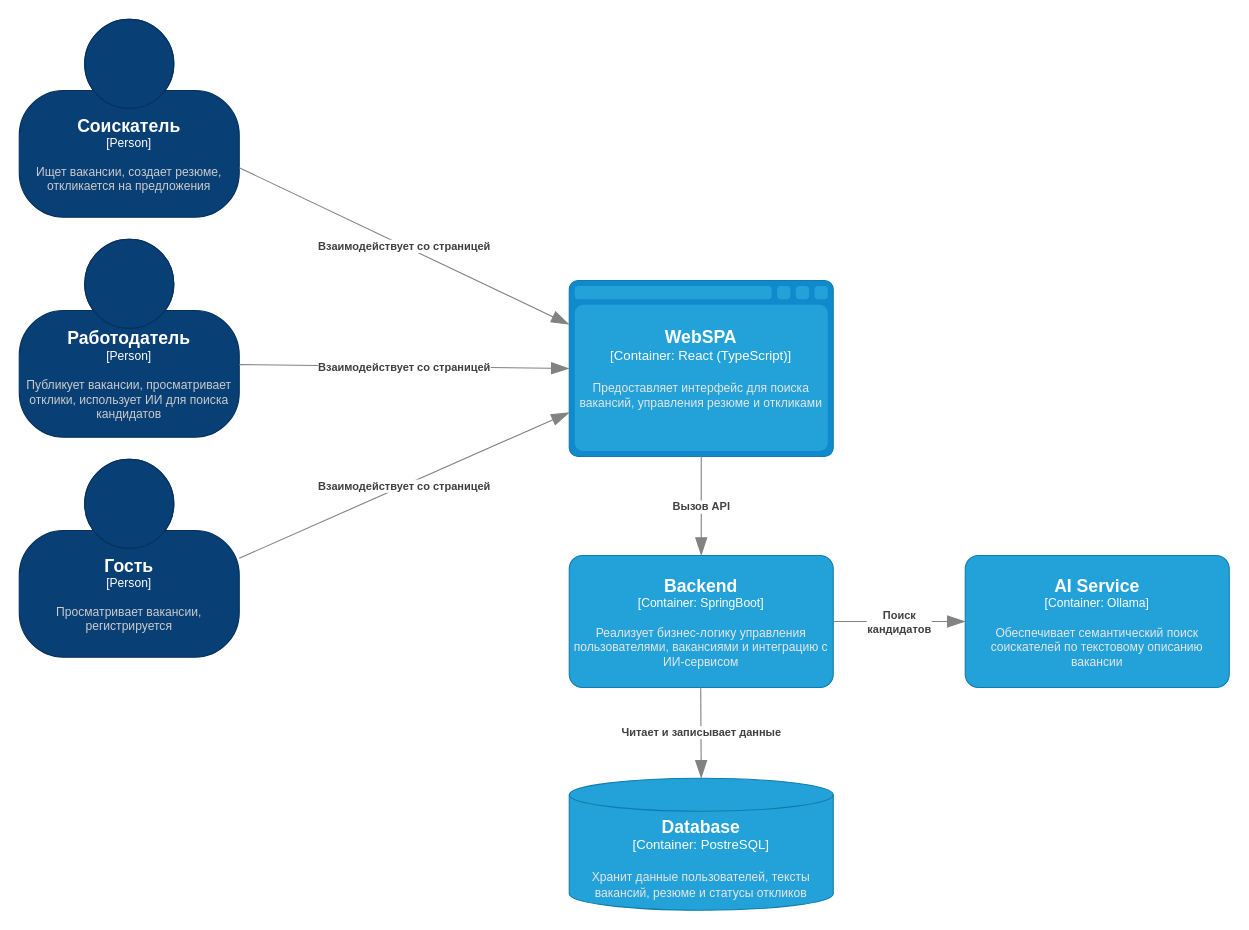
Earlier version of the draw.io diagram docs/drawio/container.drawio (ofdun/JobFinder). Source tidied: cells renumbered, new cells numbered last; positions are measured from the earlier drawing's top-left corner, leaving out a move shared by most shapes. Both pictures are drawn from the tidied source at 110%, with x=0, y=0 at pixel (19, 19).
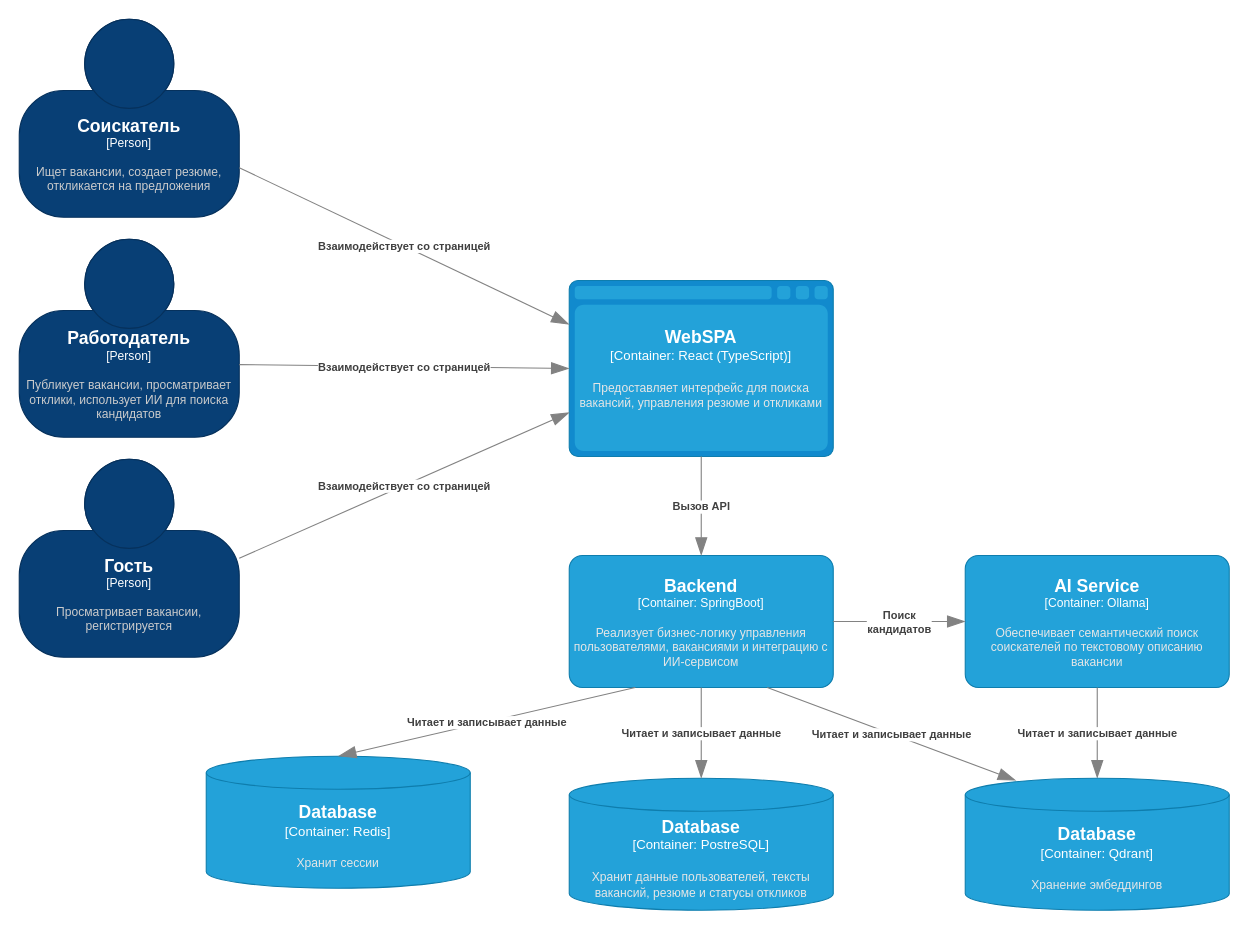
After the change.

The change refers to these unchanged cells:
```xml
<object id="6" label="&lt;font style=&quot;font-size: 16px&quot;&gt;&lt;b&gt;%c4Name%&lt;/b&gt;&lt;/font&gt;&lt;div&gt;[%c4Type%: %c4Technology%]&lt;/div&gt;&lt;br&gt;&lt;div&gt;&lt;font style=&quot;font-size: 11px&quot;&gt;&lt;font color=&quot;#E6E6E6&quot;&gt;%c4Description%&lt;/font&gt;&lt;/div&gt;" c4Description="Реализует бизнес-логику управления пользователями, вакансиями и интеграцию с ИИ-сервисом" c4Name="Backend" c4Technology="SpringBoot" c4Type="Container" placeholders="1">
  <mxCell style="rounded=1;whiteSpace=wrap;html=1;fontSize=11;labelBackgroundColor=none;fillColor=#23A2D9;fontColor=#ffffff;align=center;arcSize=10;strokeColor=#0E7DAD;points=[[0.25,0,0],[0.5,0,0],[0.75,0,0],[1,0.25,0],[1,0.5,0],[1,0.75,0],[0.75,1,0],[0.5,1,0],[0.25,1,0],[0,0.75,0],[0,0.5,0],[0,0.25,0]];" parent="1" vertex="1">
    <mxGeometry x="500" y="487.5" width="240" height="120" as="geometry" />
  </mxCell>
</object>
<object id="10" label="&lt;font style=&quot;font-size: 16px&quot;&gt;&lt;b&gt;%c4Name%&lt;/b&gt;&lt;/font&gt;&lt;div&gt;[%c4Type%:&amp;nbsp;%c4Technology%]&lt;/div&gt;&lt;br&gt;&lt;div&gt;&lt;font style=&quot;font-size: 11px&quot;&gt;&lt;font color=&quot;#E6E6E6&quot;&gt;%c4Description%&lt;/font&gt;&lt;/div&gt;" c4Description="Хранит данные пользователей, тексты вакансий, резюме и статусы откликов" c4Name="Database" c4Technology="PostreSQL" c4Type="Container" placeholders="1">
  <mxCell style="shape=cylinder3;size=15;whiteSpace=wrap;html=1;boundedLbl=1;rounded=0;labelBackgroundColor=none;fillColor=#23A2D9;fontSize=12;fontColor=#ffffff;align=center;strokeColor=#0E7DAD;points=[[0.5,0,0],[1,0.25,0],[1,0.5,0],[1,0.75,0],[0.5,1,0],[0,0.75,0],[0,0.5,0],[0,0.25,0]];" parent="1" vertex="1">
    <mxGeometry x="500" y="690" width="240" height="120" as="geometry" />
  </mxCell>
</object>
<object id="13" label="&lt;font style=&quot;font-size: 16px&quot;&gt;&lt;b&gt;%c4Name%&lt;/b&gt;&lt;/font&gt;&lt;div&gt;[%c4Type%: %c4Technology%]&lt;/div&gt;&lt;br&gt;&lt;div&gt;&lt;font style=&quot;font-size: 11px&quot;&gt;&lt;font color=&quot;#E6E6E6&quot;&gt;%c4Description%&lt;/font&gt;&lt;/div&gt;" c4Description="Обеспечивает семантический поиск соискателей по текстовому описанию вакансии" c4Name="AI Service" c4Technology="Ollama" c4Type="Container" placeholders="1">
  <mxCell style="rounded=1;whiteSpace=wrap;html=1;fontSize=11;labelBackgroundColor=none;fillColor=#23A2D9;fontColor=#ffffff;align=center;arcSize=10;strokeColor=#0E7DAD;points=[[0.25,0,0],[0.5,0,0],[0.75,0,0],[1,0.25,0],[1,0.5,0],[1,0.75,0],[0.75,1,0],[0.5,1,0],[0.25,1,0],[0,0.75,0],[0,0.5,0],[0,0.25,0]];" parent="1" vertex="1">
    <mxGeometry x="860" y="487.5" width="240" height="120" as="geometry" />
  </mxCell>
</object>
```

The edit, as a diff of the source:
```diff
@@
     <object id="12" label="&lt;div style=&quot;text-align: left&quot;&gt;&lt;div style=&quot;text-align: center&quot;&gt;&lt;b&gt;%c4Description%&lt;/b&gt;&lt;/div&gt;" c4Description="Читает и записывает данные" placeholders="1">
-      <mxCell style="endArrow=blockThin;html=1;fontSize=10;fontColor=#404040;strokeWidth=1;endFill=1;strokeColor=#828282;elbow=vertical;endSize=14;startSize=14;jumpStyle=arc;jumpSize=16;rounded=0;exitX=0.5;exitY=1;exitDx=0;exitDy=0;exitPerimeter=0;entryX=0.5;entryY=0;entryDx=0;entryDy=0;entryPerimeter=0;" parent="1" edge="1" target="10">
-        <mxGeometry relative="1" as="geometry">
-          <mxPoint x="619.5" y="607.5" as="sourcePoint" />
-        </mxGeometry>
+      <mxCell style="endArrow=blockThin;html=1;fontSize=10;fontColor=#404040;strokeWidth=1;endFill=1;strokeColor=#828282;elbow=vertical;endSize=14;startSize=14;jumpStyle=arc;jumpSize=16;rounded=0;exitX=0.5;exitY=1;exitDx=0;exitDy=0;exitPerimeter=0;entryX=0.5;entryY=0;entryDx=0;entryDy=0;entryPerimeter=0;" parent="1" edge="1" source="6" target="10">
+        <mxGeometry relative="1" as="geometry" />
       </mxCell>
     </object>
@@
+    <object id="15" label="&lt;font style=&quot;font-size: 16px&quot;&gt;&lt;b&gt;%c4Name%&lt;/b&gt;&lt;/font&gt;&lt;div&gt;[%c4Type%:&amp;nbsp;%c4Technology%]&lt;/div&gt;&lt;br&gt;&lt;div&gt;&lt;font style=&quot;font-size: 11px&quot;&gt;&lt;font color=&quot;#E6E6E6&quot;&gt;%c4Description%&lt;/font&gt;&lt;/div&gt;" c4Description="Хранит сессии" c4Name="Database" c4Technology="Redis" c4Type="Container" placeholders="1">
+      <mxCell style="shape=cylinder3;size=15;whiteSpace=wrap;html=1;boundedLbl=1;rounded=0;labelBackgroundColor=none;fillColor=#23A2D9;fontSize=12;fontColor=#ffffff;align=center;strokeColor=#0E7DAD;points=[[0.5,0,0],[1,0.25,0],[1,0.5,0],[1,0.75,0],[0.5,1,0],[0,0.75,0],[0,0.5,0],[0,0.25,0]];" parent="1" vertex="1">
+        <mxGeometry x="170" y="670" width="240" height="120" as="geometry" />
+      </mxCell>
+    </object>
+    <object id="16" label="&lt;div style=&quot;text-align: left&quot;&gt;&lt;div style=&quot;text-align: center&quot;&gt;&lt;b&gt;%c4Description%&lt;/b&gt;&lt;/div&gt;" c4Description="Читает и записывает данные" placeholders="1">
+      <mxCell style="endArrow=blockThin;html=1;fontSize=10;fontColor=#404040;strokeWidth=1;endFill=1;strokeColor=#828282;elbow=vertical;endSize=14;startSize=14;jumpStyle=arc;jumpSize=16;rounded=0;exitX=0.25;exitY=1;exitDx=0;exitDy=0;exitPerimeter=0;entryX=0.5;entryY=0;entryDx=0;entryDy=0;entryPerimeter=0;" parent="1" edge="1" source="6" target="15">
+        <mxGeometry relative="1" as="geometry" />
+      </mxCell>
+    </object>
+    <object id="17" label="&lt;div style=&quot;text-align: left&quot;&gt;&lt;div style=&quot;text-align: center&quot;&gt;&lt;b&gt;%c4Description%&lt;/b&gt;&lt;/div&gt;" c4Description="Читает и записывает данные" placeholders="1">
+      <mxCell style="endArrow=blockThin;html=1;fontSize=10;fontColor=#404040;strokeWidth=1;endFill=1;strokeColor=#828282;elbow=vertical;endSize=14;startSize=14;jumpStyle=arc;jumpSize=16;rounded=0;exitX=0.5;exitY=1;exitDx=0;exitDy=0;exitPerimeter=0;entryX=0.5;entryY=0;entryDx=0;entryDy=0;entryPerimeter=0;" parent="1" edge="1" source="13" target="18">
+        <mxGeometry relative="1" as="geometry" />
+      </mxCell>
+    </object>
+    <object id="18" label="&lt;font style=&quot;font-size: 16px&quot;&gt;&lt;b&gt;%c4Name%&lt;/b&gt;&lt;/font&gt;&lt;div&gt;[%c4Type%:&amp;nbsp;%c4Technology%]&lt;/div&gt;&lt;br&gt;&lt;div&gt;&lt;font style=&quot;font-size: 11px&quot;&gt;&lt;font color=&quot;#E6E6E6&quot;&gt;%c4Description%&lt;/font&gt;&lt;/div&gt;" c4Description="Хранение эмбеддингов" c4Name="Database" c4Technology="Qdrant" c4Type="Container" placeholders="1">
+      <mxCell style="shape=cylinder3;size=15;whiteSpace=wrap;html=1;boundedLbl=1;rounded=0;labelBackgroundColor=none;fillColor=#23A2D9;fontSize=12;fontColor=#ffffff;align=center;strokeColor=#0E7DAD;points=[[0.5,0,0],[1,0.25,0],[1,0.5,0],[1,0.75,0],[0.5,1,0],[0,0.75,0],[0,0.5,0],[0,0.25,0]];" parent="1" vertex="1">
+        <mxGeometry x="860" y="690" width="240" height="120" as="geometry" />
+      </mxCell>
+    </object>
+    <object id="19" label="&lt;div style=&quot;text-align: left&quot;&gt;&lt;div style=&quot;text-align: center&quot;&gt;&lt;b&gt;%c4Description%&lt;/b&gt;&lt;/div&gt;" c4Description="Читает и записывает данные" placeholders="1">
+      <mxCell style="endArrow=blockThin;html=1;fontSize=10;fontColor=#404040;strokeWidth=1;endFill=1;strokeColor=#828282;elbow=vertical;endSize=14;startSize=14;jumpStyle=arc;jumpSize=16;rounded=0;exitX=0.75;exitY=1;exitDx=0;exitDy=0;exitPerimeter=0;entryX=0.192;entryY=0.017;entryDx=0;entryDy=0;entryPerimeter=0;" parent="1" edge="1" source="6" target="18">
+        <mxGeometry relative="1" as="geometry" />
+      </mxCell>
+    </object>
```
